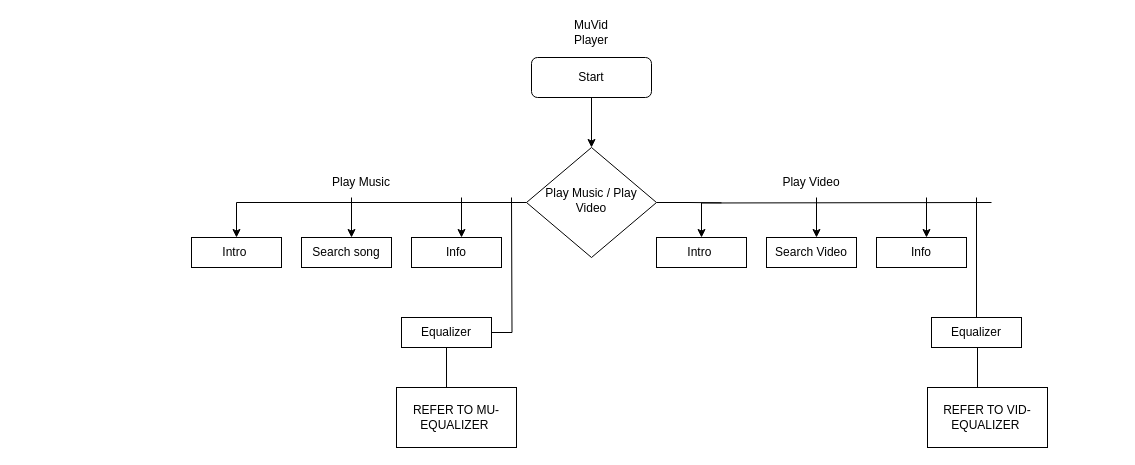
This is page "MUVID" (1 of 3) of MuVid Player.drawio from aj2381999/muvidplayer, a draw.io file, before an edit. Source tidied: cells renumbered, new cells numbered last; positions are measured from the earlier drawing's top-left corner, leaving out a move shared by most shapes. Both pictures are drawn from the tidied source at 100%, with x=0, y=0 at pixel (191, 17).
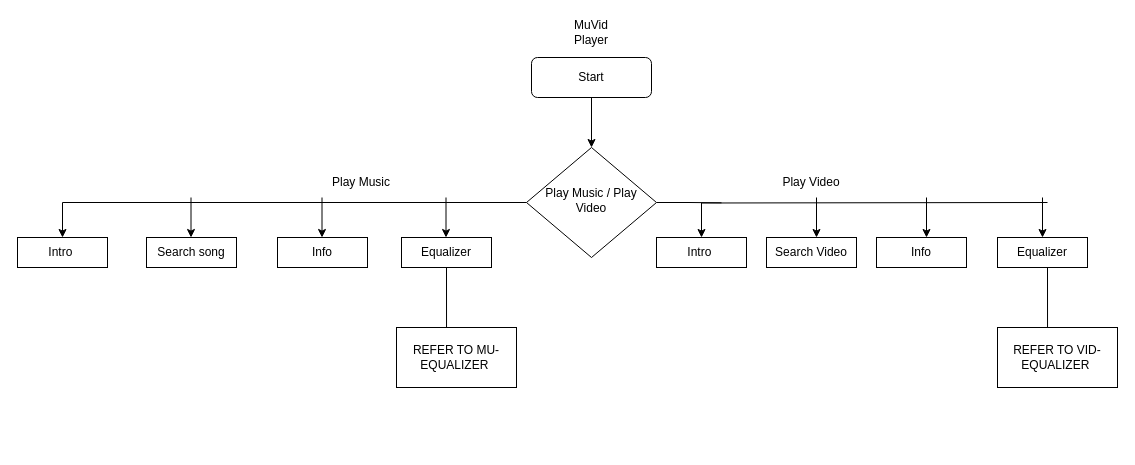
After the change.

Unchanged cells that the change refers to:
```xml
<mxCell id="16" value="Intro&lt;span style=&quot;white-space: pre&quot;&gt; &lt;/span&gt;" style="rounded=0;whiteSpace=wrap;html=1;" parent="1" vertex="1">
  <mxGeometry x="465" y="220" width="90" height="30" as="geometry" />
</mxCell>
```

What changed in the source:
```diff
@@
     <mxCell id="7" value="Intro&lt;span style=&quot;white-space: pre&quot;&gt; &lt;/span&gt;" style="rounded=0;whiteSpace=wrap;html=1;shadow=0;" parent="1" vertex="1">
-      <mxGeometry y="220" width="90" height="30" as="geometry" />
+      <mxGeometry x="-174" y="220" width="90" height="30" as="geometry" />
     </mxCell>
-    <mxCell id="8" style="edgeStyle=orthogonalEdgeStyle;rounded=0;jumpSize=7;jettySize=auto;html=1;endArrow=none;endFill=0;" parent="1" edge="1" source="10">
-      <mxGeometry relative="1" as="geometry">
-        <mxPoint x="320" y="180" as="targetPoint" />
-      </mxGeometry>
-    </mxCell>
@@
     <mxCell id="10" value="Equalizer" style="rounded=0;whiteSpace=wrap;html=1;" parent="1" vertex="1">
-      <mxGeometry x="210" y="300" width="90" height="30" as="geometry" />
+      <mxGeometry x="210" y="220" width="90" height="30" as="geometry" />
     </mxCell>
     <mxCell id="11" value="Search song" style="rounded=0;whiteSpace=wrap;html=1;" parent="1" vertex="1">
-      <mxGeometry x="110" y="220" width="90" height="30" as="geometry" />
+      <mxGeometry x="-45" y="220" width="90" height="30" as="geometry" />
     </mxCell>
     <mxCell id="12" value="Info" style="rounded=0;whiteSpace=wrap;html=1;shadow=0;" parent="1" vertex="1">
-      <mxGeometry x="220" y="220" width="90" height="30" as="geometry" />
+      <mxGeometry x="86" y="220" width="90" height="30" as="geometry" />
     </mxCell>
     <mxCell id="13" style="endArrow=classic;html=1;rounded=0;jumpSize=7;" parent="1" edge="1">
       <mxGeometry relative="1" as="geometry">
-        <mxPoint x="160" y="180" as="sourcePoint" />
-        <mxPoint x="160" y="220" as="targetPoint" />
+        <mxPoint x="130.5" y="180" as="sourcePoint" />
+        <mxPoint x="130.5" y="220" as="targetPoint" />
       </mxGeometry>
     </mxCell>
     <mxCell id="14" style="endArrow=classic;html=1;rounded=0;jumpSize=7;" parent="1" edge="1">
       <mxGeometry relative="1" as="geometry">
-        <mxPoint x="270" y="180" as="sourcePoint" />
-        <mxPoint x="270" y="220" as="targetPoint" />
+        <mxPoint x="254.5" y="180" as="sourcePoint" />
+        <mxPoint x="254.5" y="220" as="targetPoint" />
       </mxGeometry>
     </mxCell>
-    <mxCell id="15" style="edgeStyle=orthogonalEdgeStyle;rounded=0;jettySize=auto;html=1;exitX=0;exitY=0.5;exitDx=0;exitDy=0;entryX=0.5;entryY=0;entryDx=0;entryDy=0;" parent="1" edge="1" target="16">
+    <mxCell id="15" style="edgeStyle=orthogonalEdgeStyle;rounded=0;jettySize=auto;html=1;entryX=0.5;entryY=0;entryDx=0;entryDy=0;" parent="1" edge="1" target="16">
       <mxGeometry relative="1" as="geometry">
-        <mxPoint x="800" y="185" as="sourcePoint" />
+        <mxPoint x="856" y="185" as="sourcePoint" />
       </mxGeometry>
     </mxCell>
@@
-    <mxCell id="17" style="edgeStyle=orthogonalEdgeStyle;rounded=0;jumpSize=7;jettySize=auto;html=1;endArrow=none;endFill=0;" parent="1" edge="1" source="18">
-      <mxGeometry relative="1" as="geometry">
-        <mxPoint x="785" y="180" as="targetPoint" />
-      </mxGeometry>
-    </mxCell>
     <mxCell id="18" value="Equalizer" style="rounded=0;whiteSpace=wrap;html=1;" parent="1" vertex="1">
-      <mxGeometry x="740" y="300" width="90" height="30" as="geometry" />
+      <mxGeometry x="806" y="220" width="90" height="30" as="geometry" />
     </mxCell>
@@
     <mxCell id="26" value="REFER TO MU-EQUALIZER&amp;nbsp;" style="rounded=0;whiteSpace=wrap;html=1;shadow=0;" parent="1" vertex="1">
-      <mxGeometry x="205" y="370" width="120" height="60" as="geometry" />
+      <mxGeometry x="205" y="310" width="120" height="60" as="geometry" />
     </mxCell>
-    <mxCell id="27" style="edgeStyle=none;rounded=0;jettySize=auto;html=1;exitX=0.5;exitY=1;exitDx=0;exitDy=0;entryX=0.417;entryY=0.167;entryDx=0;entryDy=0;entryPerimeter=0;" parent="1" edge="1" target="28">
+    <mxCell id="27" style="edgeStyle=none;rounded=0;jettySize=auto;html=1;entryX=0.417;entryY=0.167;entryDx=0;entryDy=0;entryPerimeter=0;" parent="1" edge="1" target="28">
       <mxGeometry relative="1" as="geometry">
-        <mxPoint x="786" y="330" as="sourcePoint" />
+        <mxPoint x="856" y="250" as="sourcePoint" />
       </mxGeometry>
     </mxCell>
     <mxCell id="28" value="REFER TO VID-EQUALIZER&amp;nbsp;" style="rounded=0;whiteSpace=wrap;html=1;shadow=0;" parent="1" vertex="1">
-      <mxGeometry x="736" y="370" width="120" height="60" as="geometry" />
+      <mxGeometry x="806" y="310" width="120" height="60" as="geometry" />
     </mxCell>
+    <mxCell id="29" style="endArrow=classic;html=1;rounded=0;jumpSize=7;" parent="1" edge="1">
+      <mxGeometry relative="1" as="geometry">
+        <mxPoint x="-0.5" y="180" as="sourcePoint" />
+        <mxPoint x="-0.5" y="220" as="targetPoint" />
+      </mxGeometry>
+    </mxCell>
+    <mxCell id="30" style="endArrow=classic;html=1;rounded=0;jumpSize=7;entryX=0.5;entryY=0;entryDx=0;entryDy=0;" parent="1" edge="1" target="18">
+      <mxGeometry relative="1" as="geometry">
+        <mxPoint x="851" y="180" as="sourcePoint" />
+      </mxGeometry>
+    </mxCell>
```
